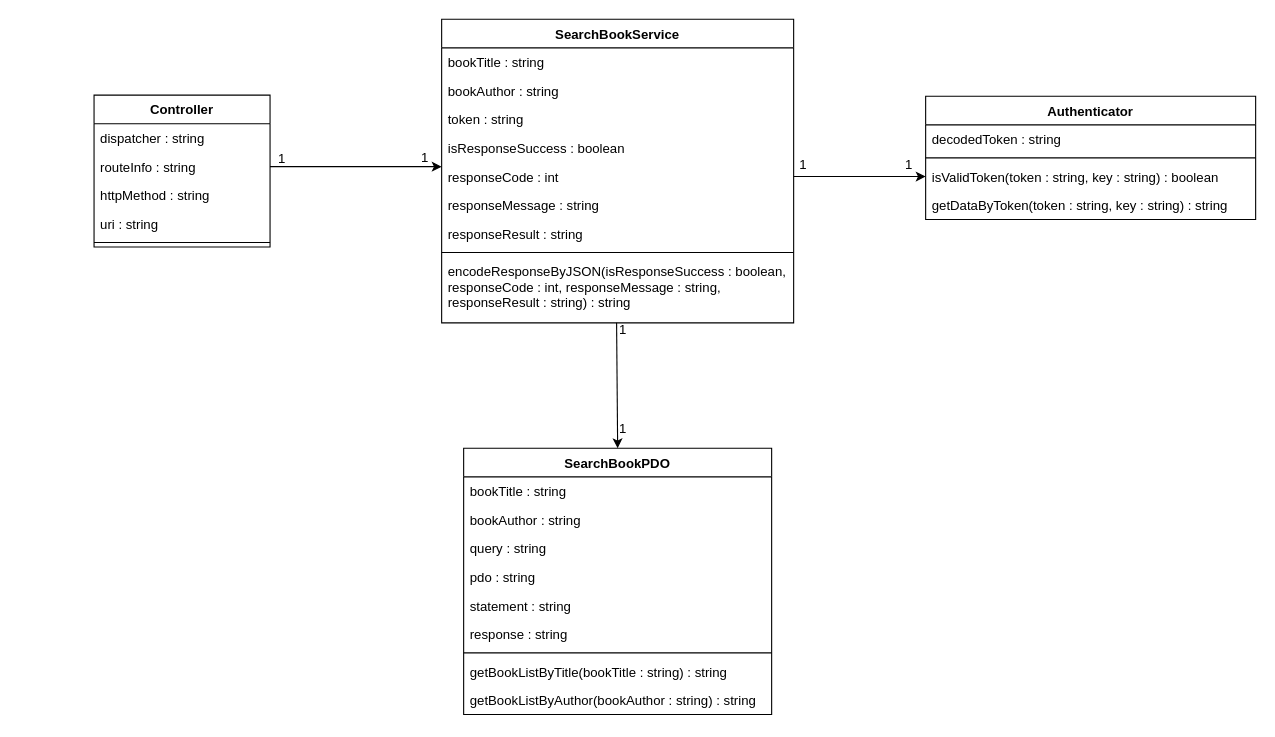
Earlier version of the draw.io diagram docs/ClassDiagram/diagrams/CD_Search Book.drawio (youngkwon02/Enhanced-library-management). Source tidied: cells renumbered, new cells numbered last; positions are measured from the earlier drawing's top-left corner, leaving out a move shared by most shapes. Both pictures are drawn from the tidied source at 110%, with x=0, y=0 at pixel (94, 19).
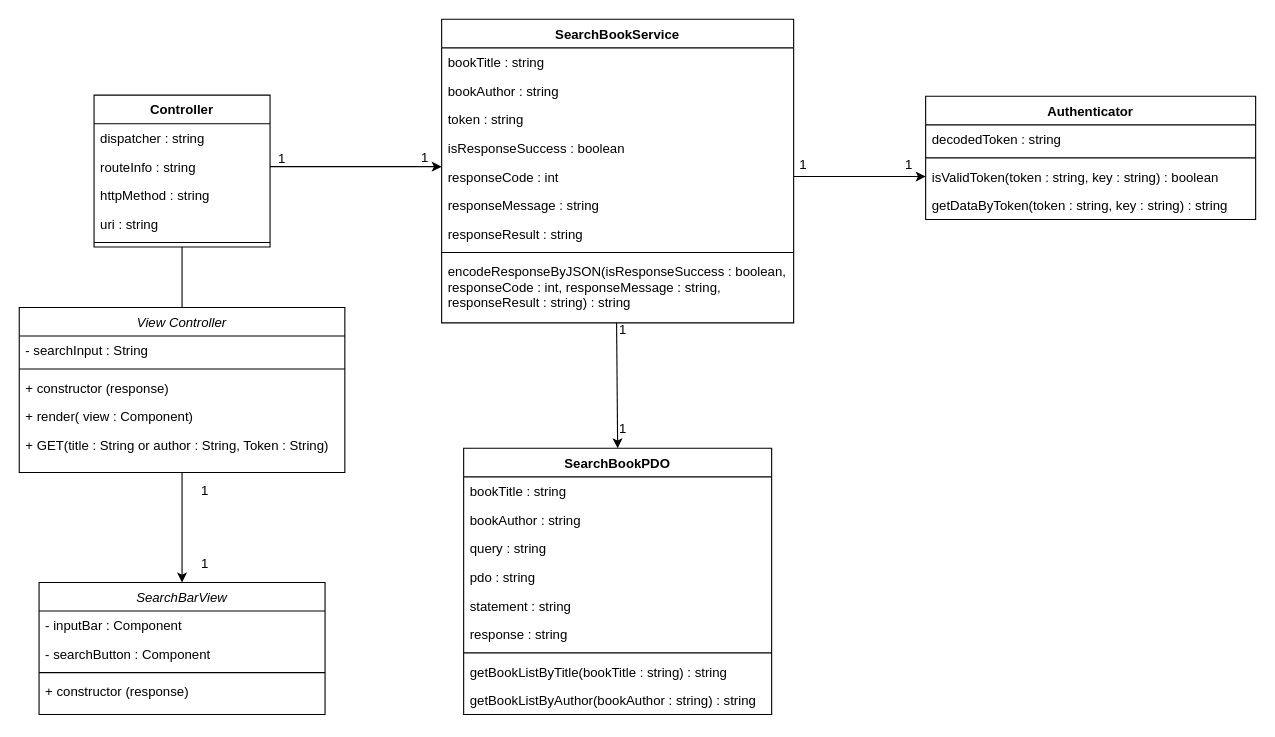
Above is the later version.

Unchanged cells that the change refers to:
```xml
<mxCell id="33" value="Controller" style="swimlane;fontStyle=1;align=center;verticalAlign=top;horizontal=1;startSize=26;" parent="1" vertex="1">
  <mxGeometry y="69" width="160" height="138" as="geometry" />
</mxCell>
```

Change to the diagram source:
```diff
@@
+    <mxCell id="42" style="edgeStyle=orthogonalEdgeStyle;rounded=0;jettySize=auto;html=1;exitX=0.5;exitY=1;exitDx=0;exitDy=0;endArrow=none;endFill=0;" parent="1" edge="1" source="33" target="44">
+      <mxGeometry relative="1" as="geometry" />
+    </mxCell>
@@
+    <mxCell id="43" style="edgeStyle=orthogonalEdgeStyle;rounded=0;jettySize=auto;html=1;exitX=0.5;exitY=1;exitDx=0;exitDy=0;entryX=0.5;entryY=0;entryDx=0;entryDy=0;endArrow=classic;endFill=1;" parent="1" edge="1" source="44" target="50">
+      <mxGeometry relative="1" as="geometry" />
+    </mxCell>
+    <mxCell id="44" value="View Controller" style="swimlane;fontStyle=2;align=center;verticalAlign=top;horizontal=1;startSize=26;rounded=0;shadow=0;strokeWidth=1;" parent="1" vertex="1">
+      <mxGeometry x="-68" y="262" width="296" height="150" as="geometry" />
+    </mxCell>
+    <mxCell id="45" value="- searchInput : String" style="text;align=left;verticalAlign=top;spacingLeft=4;spacingRight=4;overflow=hidden;rounded=0;shadow=0;html=0;" parent="44" vertex="1">
+      <mxGeometry y="26" width="296" height="26" as="geometry" />
+    </mxCell>
+    <mxCell id="46" style="line;html=1;strokeWidth=1;align=left;verticalAlign=middle;spacingTop=-1;spacingLeft=3;spacingRight=3;labelPosition=right;" parent="44" vertex="1">
+      <mxGeometry y="52" width="296" height="8" as="geometry" />
+    </mxCell>
+    <mxCell id="47" value="+ constructor (response)" style="text;align=left;verticalAlign=top;spacingLeft=4;spacingRight=4;overflow=hidden;rounded=0;shadow=0;html=0;" parent="44" vertex="1">
+      <mxGeometry y="60" width="296" height="26" as="geometry" />
+    </mxCell>
+    <mxCell id="48" value="+ render( view : Component)" style="text;align=left;verticalAlign=top;spacingLeft=4;spacingRight=4;overflow=hidden;rounded=0;shadow=0;html=0;" parent="44" vertex="1">
+      <mxGeometry y="86" width="296" height="26" as="geometry" />
+    </mxCell>
+    <mxCell id="49" value="+ GET(title : String or author : String, Token : String)" style="text;align=left;verticalAlign=top;spacingLeft=4;spacingRight=4;overflow=hidden;rounded=0;shadow=0;html=0;" parent="44" vertex="1">
+      <mxGeometry y="112" width="296" height="26" as="geometry" />
+    </mxCell>
+    <mxCell id="50" value="SearchBarView" style="swimlane;fontStyle=2;align=center;verticalAlign=top;horizontal=1;startSize=26;rounded=0;shadow=0;strokeWidth=1;" parent="1" vertex="1">
+      <mxGeometry x="-50" y="512" width="260" height="120" as="geometry" />
+    </mxCell>
+    <mxCell id="51" value="- inputBar : Component" style="text;align=left;verticalAlign=top;spacingLeft=4;spacingRight=4;overflow=hidden;rounded=0;shadow=0;html=0;" parent="50" vertex="1">
+      <mxGeometry y="26" width="260" height="26" as="geometry" />
+    </mxCell>
+    <mxCell id="52" value="- searchButton : Component" style="text;align=left;verticalAlign=top;spacingLeft=4;spacingRight=4;overflow=hidden;rounded=0;shadow=0;html=0;" parent="50" vertex="1">
+      <mxGeometry y="52" width="260" height="26" as="geometry" />
+    </mxCell>
+    <mxCell id="53" style="line;html=1;strokeWidth=1;align=left;verticalAlign=middle;spacingTop=-1;spacingLeft=3;spacingRight=3;labelPosition=right;" parent="50" vertex="1">
+      <mxGeometry y="78" width="260" height="8" as="geometry" />
+    </mxCell>
+    <mxCell id="54" value="+ constructor (response)" style="text;align=left;verticalAlign=top;spacingLeft=4;spacingRight=4;overflow=hidden;rounded=0;shadow=0;html=0;" parent="50" vertex="1">
+      <mxGeometry y="86" width="260" height="26" as="geometry" />
+    </mxCell>
+    <mxCell id="55" value="1" style="text;html=1;strokeColor=none;fillColor=none;align=center;verticalAlign=middle;whiteSpace=wrap;rounded=0;" parent="1" vertex="1">
+      <mxGeometry x="96" y="412" width="10" height="34" as="geometry" />
+    </mxCell>
+    <mxCell id="56" value="1" style="text;html=1;strokeColor=none;fillColor=none;align=center;verticalAlign=middle;whiteSpace=wrap;rounded=0;" parent="1" vertex="1">
+      <mxGeometry x="96" y="478" width="10" height="34" as="geometry" />
+    </mxCell>
```
